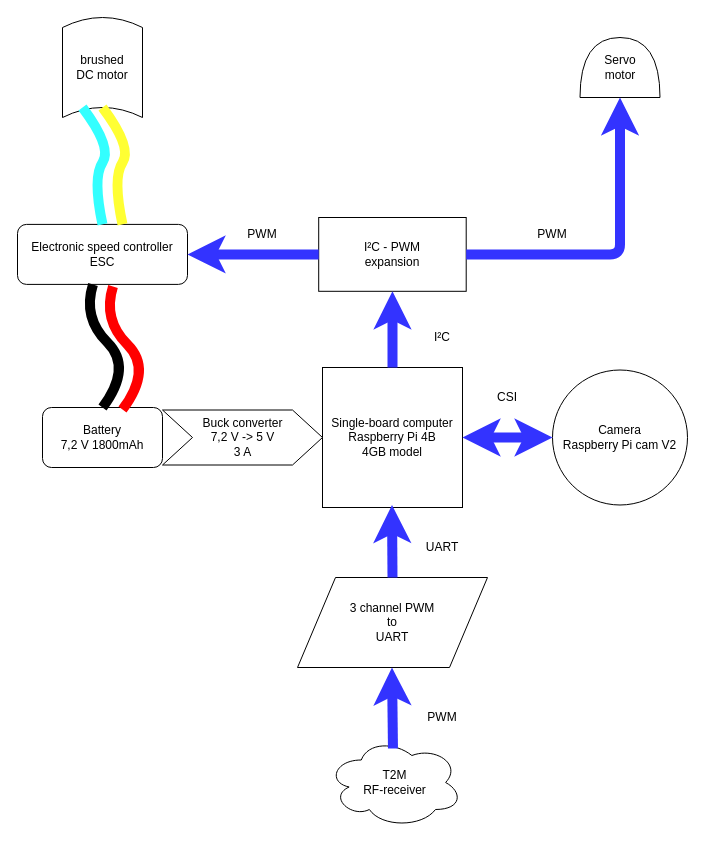
Before: Untitled Diagram.drawio in PXLDigital/race-to-the-future, a draw.io diagram. Source tidied: cells renumbered, new cells numbered last; positions are measured from the earlier drawing's top-left corner, leaving out a move shared by most shapes. Both pictures are drawn from the tidied source at 100%, with x=0, y=0 at pixel (17, 17).
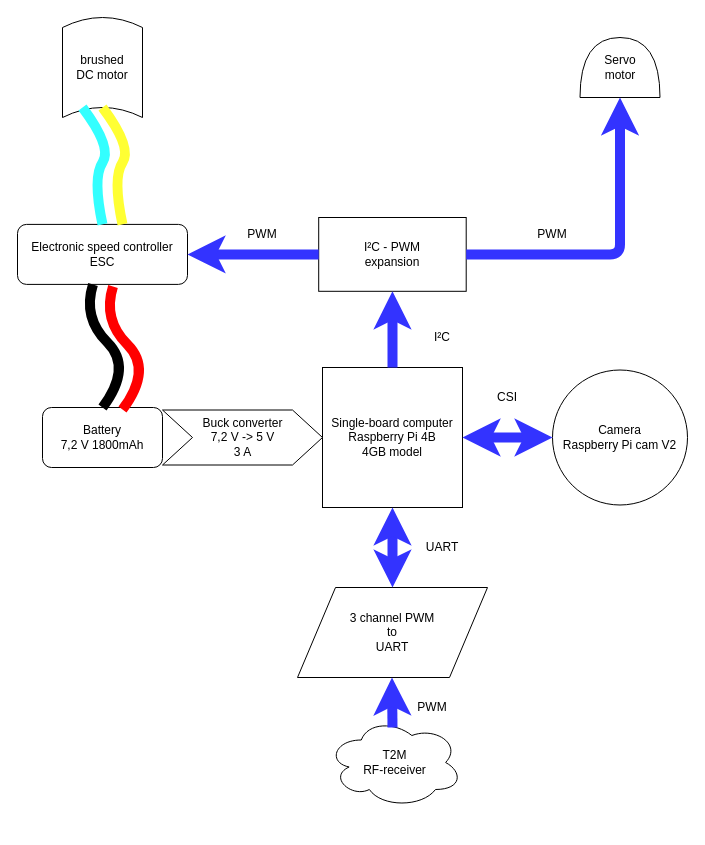
After the change.

Unchanged cells that the change refers to:
```xml
<mxCell id="6" value="Single-board computer&lt;br&gt;Raspberry Pi 4B&lt;br&gt;4GB model" style="whiteSpace=wrap;html=1;" parent="1" vertex="1">
  <mxGeometry x="305" y="350" width="140" height="140" as="geometry" />
</mxCell>
```

Change to the diagram source:
```diff
@@
     <mxCell id="9" value="T2M&lt;br&gt;RF-receiver" style="ellipse;shape=cloud;whiteSpace=wrap;html=1;" parent="1" vertex="1">
-      <mxGeometry x="310" y="720" width="135" height="90" as="geometry" />
+      <mxGeometry x="310" y="700" width="135" height="90" as="geometry" />
     </mxCell>
@@
     <mxCell id="11" value="3 channel PWM&lt;br&gt;to&lt;br&gt;UART" style="shape=parallelogram;perimeter=parallelogramPerimeter;whiteSpace=wrap;html=1;" parent="1" vertex="1">
-      <mxGeometry x="280" y="560" width="190" height="90" as="geometry" />
+      <mxGeometry x="280" y="570" width="190" height="90" as="geometry" />
     </mxCell>
@@
-    <mxCell id="22" style="endArrow=classic;html=1;strokeColor=#3333FF;strokeWidth=10;entryX=0.5;entryY=1;entryDx=0;entryDy=0;exitX=0.5;exitY=0;exitDx=0;exitDy=0;" parent="1" edge="1" source="11">
-      <mxGeometry relative="1" as="geometry">
-        <mxPoint x="374.5" y="487.5" as="targetPoint" />
-      </mxGeometry>
-    </mxCell>
-    <mxCell id="23" style="endArrow=classic;html=1;strokeColor=#3333FF;strokeWidth=10;entryX=0.5;entryY=1;entryDx=0;entryDy=0;exitX=0.485;exitY=0.122;exitDx=0;exitDy=0;exitPerimeter=0;" parent="1" edge="1" source="9">
+    <mxCell id="23" style="endArrow=classic;html=1;strokeColor=#3333FF;strokeWidth=10;entryX=0.5;entryY=1;entryDx=0;entryDy=0;" parent="1" edge="1">
       <mxGeometry relative="1" as="geometry">
-        <mxPoint x="374.5" y="650" as="targetPoint" />
+        <mxPoint x="375" y="710" as="sourcePoint" />
+        <mxPoint x="374.5" y="660" as="targetPoint" />
       </mxGeometry>
     </mxCell>
     <mxCell id="24" value="PWM" style="text;html=1;strokeColor=none;fillColor=none;align=center;verticalAlign=middle;whiteSpace=wrap;rounded=0;" parent="1" vertex="1">
-      <mxGeometry x="405" y="690" width="40" height="20" as="geometry" />
+      <mxGeometry x="395" y="680" width="40" height="20" as="geometry" />
     </mxCell>
@@
+    <mxCell id="28" style="endArrow=classic;startArrow=classic;html=1;strokeColor=#3333FF;strokeWidth=10;exitX=0.5;exitY=0;exitDx=0;exitDy=0;entryX=0.5;entryY=1;entryDx=0;entryDy=0;" parent="1" edge="1" source="11" target="6">
+      <mxGeometry relative="1" as="geometry" />
+    </mxCell>
```
